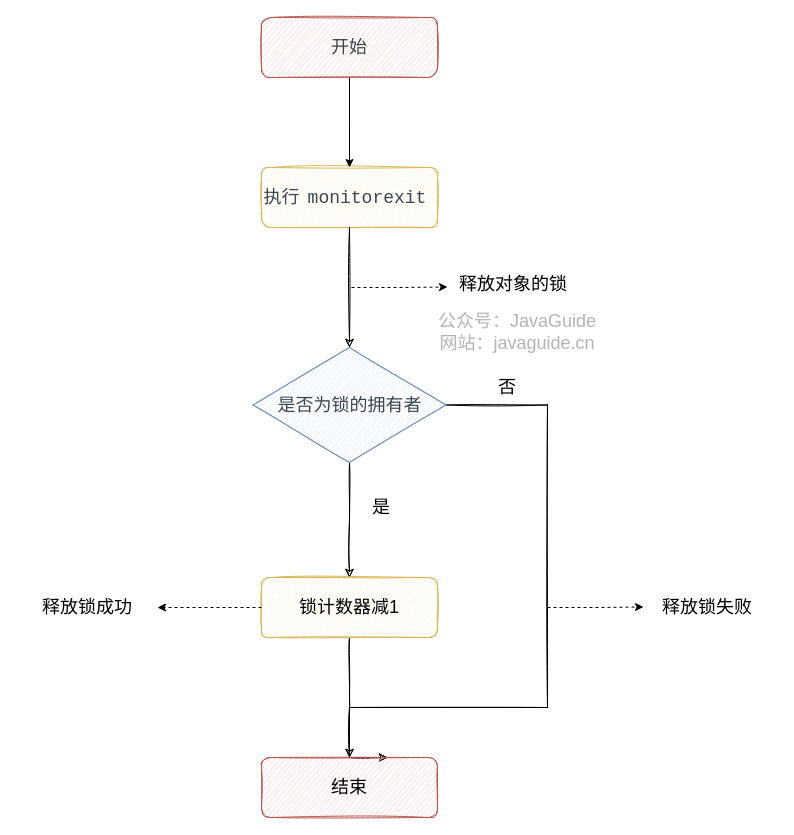
Snailclimb/JavaGuide keeps this draw.io diagram as docs/java/concurrent/images/interview-questions/synchronized-release-lock-block.drawio. Above is the earlier version. Source tidied: cells renumbered, new cells numbered last; positions are measured from the earlier drawing's top-left corner, leaving out a move shared by most shapes. Both pictures are drawn from the tidied source at 100%, with x=0, y=0 at pixel (17, 17).
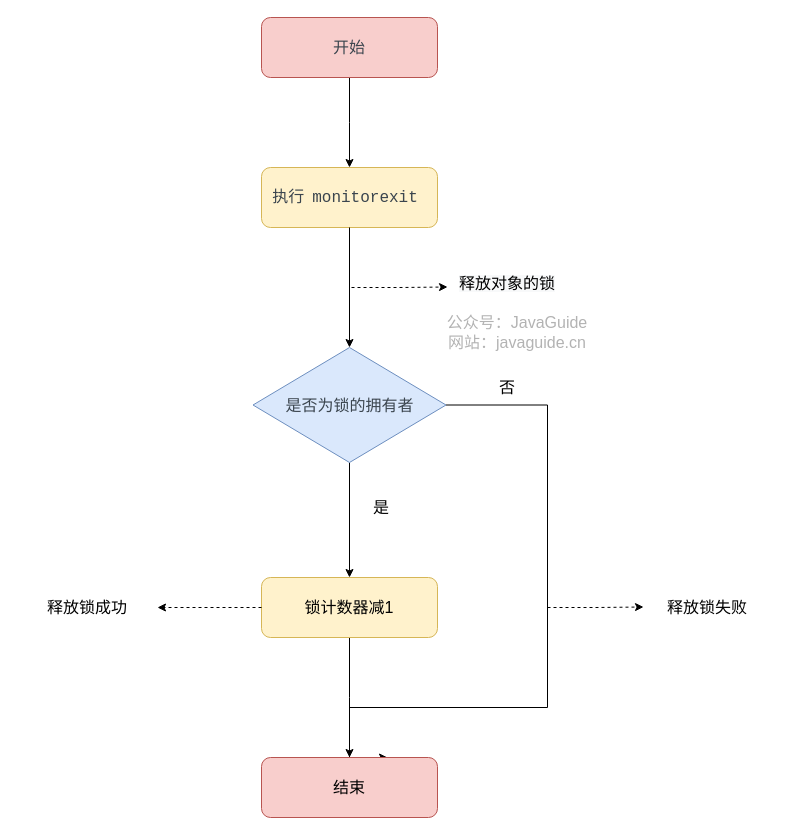
After the change.

Diff of the diagram source:
```diff
@@
-    <mxCell id="2" value="&lt;span class=&quot;md-plain md-expand&quot; style=&quot;box-sizing: border-box; color: rgb(59, 69, 78); font-family: roboto, sans-serif; font-size: 18px;&quot;&gt;执行&lt;/span&gt;&lt;span spellcheck=&quot;false&quot; class=&quot;md-pair-s md-expand&quot; style=&quot;box-sizing: border-box; color: rgb(59, 69, 78); font-family: roboto, sans-serif; font-size: 18px;&quot;&gt;&lt;code style=&quot;box-sizing: border-box; padding: 0.25rem 0.5rem; font-size: 18px; border-radius: 0.2rem;&quot;&gt;monitorexit&lt;/code&gt;&lt;/span&gt;" style="rounded=1;whiteSpace=wrap;html=1;shadow=0;sketch=1;fillColor=#fff2cc;strokeColor=#d6b656;fontSize=18;" parent="1" vertex="1">
+    <mxCell id="2" value="&lt;span class=&quot;md-plain md-expand&quot; style=&quot;box-sizing: border-box; color: rgb(59, 69, 78); font-family: roboto, sans-serif; font-size: 16px;&quot;&gt;执行&lt;/span&gt;&lt;span spellcheck=&quot;false&quot; class=&quot;md-pair-s md-expand&quot; style=&quot;box-sizing: border-box; color: rgb(59, 69, 78); font-family: roboto, sans-serif; font-size: 16px;&quot;&gt;&lt;code style=&quot;box-sizing: border-box; padding: 0.25rem 0.5rem; font-size: 16px; border-radius: 0.2rem;&quot;&gt;monitorexit&lt;/code&gt;&lt;/span&gt;" style="rounded=1;whiteSpace=wrap;html=1;shadow=0;sketch=0;fillColor=#fff2cc;strokeColor=#d6b656;fontSize=16;" parent="1" vertex="1">
       <mxGeometry x="244" y="150" width="176" height="60" as="geometry" />
     </mxCell>
-    <mxCell id="3" style="edgeStyle=orthogonalEdgeStyle;rounded=0;jettySize=auto;html=1;shadow=0;sketch=1;fontSize=18;" parent="1" edge="1" source="5">
+    <mxCell id="3" style="edgeStyle=orthogonalEdgeStyle;rounded=0;jettySize=auto;html=1;shadow=0;sketch=0;fontSize=16;" parent="1" edge="1" source="5">
       <mxGeometry relative="1" as="geometry">
         <mxPoint x="332" y="560" as="targetPoint" />
       </mxGeometry>
     </mxCell>
-    <mxCell id="4" style="edgeStyle=orthogonalEdgeStyle;rounded=0;jettySize=auto;html=1;entryX=0.716;entryY=0;entryDx=0;entryDy=0;fontSize=18;shadow=0;sketch=1;entryPerimeter=0;" parent="1" edge="1" source="5" target="10">
+    <mxCell id="4" style="edgeStyle=orthogonalEdgeStyle;rounded=0;jettySize=auto;html=1;entryX=0.716;entryY=0;entryDx=0;entryDy=0;fontSize=16;shadow=0;sketch=0;entryPerimeter=0;" parent="1" edge="1" source="5" target="10">
       <mxGeometry relative="1" as="geometry">
         <Array as="points">
           <mxPoint x="530" y="388" />
           <mxPoint x="530" y="690" />
           <mxPoint x="332" y="690" />
           <mxPoint x="332" y="740" />
         </Array>
       </mxGeometry>
     </mxCell>
-    <mxCell id="5" value="&lt;span style=&quot;color: rgb(59, 69, 78); font-family: roboto, sans-serif; font-size: 18px;&quot;&gt;是否为锁的拥有者&lt;/span&gt;" style="rhombus;whiteSpace=wrap;html=1;fontSize=18;shadow=0;sketch=1;fillColor=#dae8fc;strokeColor=#6c8ebf;" parent="1" vertex="1">
+    <mxCell id="5" value="&lt;span style=&quot;color: rgb(59, 69, 78); font-family: roboto, sans-serif; font-size: 16px;&quot;&gt;是否为锁的拥有者&lt;/span&gt;" style="rhombus;whiteSpace=wrap;html=1;fontSize=16;shadow=0;sketch=0;fillColor=#dae8fc;strokeColor=#6c8ebf;" parent="1" vertex="1">
       <mxGeometry x="235.5" y="330" width="193" height="115" as="geometry" />
     </mxCell>
-    <mxCell id="6" value="是" style="text;html=1;strokeColor=none;fillColor=none;align=center;verticalAlign=middle;whiteSpace=wrap;rounded=0;fontSize=18;shadow=0;sketch=1;" parent="1" vertex="1">
+    <mxCell id="6" value="是" style="text;html=1;strokeColor=none;fillColor=none;align=center;verticalAlign=middle;whiteSpace=wrap;rounded=0;fontSize=16;shadow=0;sketch=0;" parent="1" vertex="1">
       <mxGeometry x="344" y="480" width="40" height="20" as="geometry" />
     </mxCell>
-    <mxCell id="7" value="否" style="text;html=1;strokeColor=none;fillColor=none;align=center;verticalAlign=middle;whiteSpace=wrap;rounded=0;fontSize=18;shadow=0;sketch=1;" parent="1" vertex="1">
+    <mxCell id="7" value="否" style="text;html=1;strokeColor=none;fillColor=none;align=center;verticalAlign=middle;whiteSpace=wrap;rounded=0;fontSize=16;shadow=0;sketch=0;" parent="1" vertex="1">
       <mxGeometry x="470" y="360" width="40" height="20" as="geometry" />
     </mxCell>
-    <mxCell id="8" style="edgeStyle=orthogonalEdgeStyle;rounded=0;jettySize=auto;html=1;fontSize=18;shadow=0;sketch=1;" parent="1" edge="1" source="9">
+    <mxCell id="8" style="edgeStyle=orthogonalEdgeStyle;rounded=0;jettySize=auto;html=1;fontSize=16;shadow=0;sketch=0;" parent="1" edge="1" source="9">
       <mxGeometry relative="1" as="geometry">
         <mxPoint x="332" y="740" as="targetPoint" />
       </mxGeometry>
     </mxCell>
-    <mxCell id="9" value="锁计数器减1" style="rounded=1;whiteSpace=wrap;html=1;fontSize=18;shadow=0;sketch=1;fillColor=#fff2cc;strokeColor=#d6b656;" parent="1" vertex="1">
+    <mxCell id="9" value="锁计数器减1" style="rounded=1;whiteSpace=wrap;html=1;fontSize=16;shadow=0;sketch=0;fillColor=#fff2cc;strokeColor=#d6b656;" parent="1" vertex="1">
       <mxGeometry x="244" y="560" width="176" height="60" as="geometry" />
     </mxCell>
-    <mxCell id="10" value="结束" style="rounded=1;whiteSpace=wrap;html=1;fontSize=18;shadow=0;sketch=1;fillColor=#f8cecc;strokeColor=#b85450;" parent="1" vertex="1">
+    <mxCell id="10" value="结束" style="rounded=1;whiteSpace=wrap;html=1;fontSize=16;shadow=0;sketch=0;fillColor=#f8cecc;strokeColor=#b85450;" parent="1" vertex="1">
       <mxGeometry x="244" y="740" width="176" height="60" as="geometry" />
     </mxCell>
-    <mxCell id="11" style="edgeStyle=orthogonalEdgeStyle;rounded=0;orthogonalLoop=1;jettySize=auto;html=1;shadow=0;sketch=1;fontSize=18;" parent="1" edge="1">
+    <mxCell id="11" style="edgeStyle=orthogonalEdgeStyle;rounded=0;orthogonalLoop=1;jettySize=auto;html=1;shadow=0;sketch=0;fontSize=16;" parent="1" edge="1">
       <mxGeometry relative="1" as="geometry">
         <mxPoint x="332" y="210" as="sourcePoint" />
         <mxPoint x="332" y="330" as="targetPoint" />
       </mxGeometry>
     </mxCell>
-    <mxCell id="12" style="edgeStyle=orthogonalEdgeStyle;rounded=0;jettySize=auto;html=1;fontSize=18;" parent="1" edge="1" source="13">
+    <mxCell id="12" style="edgeStyle=orthogonalEdgeStyle;rounded=0;jettySize=auto;html=1;fontSize=16;sketch=0;" parent="1" edge="1" source="13">
       <mxGeometry relative="1" as="geometry">
         <mxPoint x="332" y="150" as="targetPoint" />
       </mxGeometry>
     </mxCell>
-    <mxCell id="13" value="&lt;font color=&quot;#3b454e&quot; face=&quot;roboto, sans-serif&quot; style=&quot;font-size: 18px;&quot;&gt;&lt;span style=&quot;font-size: 18px;&quot;&gt;开始&lt;/span&gt;&lt;/font&gt;" style="rounded=1;whiteSpace=wrap;html=1;shadow=0;sketch=1;fillColor=#f8cecc;strokeColor=#b85450;fontSize=18;" parent="1" vertex="1">
+    <mxCell id="13" value="&lt;font color=&quot;#3b454e&quot; face=&quot;roboto, sans-serif&quot; style=&quot;font-size: 16px;&quot;&gt;&lt;span style=&quot;font-size: 16px;&quot;&gt;开始&lt;/span&gt;&lt;/font&gt;" style="rounded=1;whiteSpace=wrap;html=1;shadow=0;sketch=0;fillColor=#f8cecc;strokeColor=#b85450;fontSize=16;" parent="1" vertex="1">
       <mxGeometry x="244" width="176" height="60" as="geometry" />
     </mxCell>
-    <mxCell id="14" value="&lt;span style=&quot;color: rgb(0, 0, 0); font-family: helvetica; font-size: 18px; font-style: normal; font-weight: 400; letter-spacing: normal; text-align: center; text-indent: 0px; text-transform: none; word-spacing: 0px; background-color: rgb(248, 249, 250); display: inline; float: none;&quot;&gt;释放对象的锁&lt;/span&gt;" style="text;whiteSpace=wrap;html=1;fontSize=18;" parent="1" vertex="1">
+    <mxCell id="14" value="&lt;span style=&quot;color: rgb(0, 0, 0); font-family: helvetica; font-size: 16px; font-style: normal; font-weight: 400; letter-spacing: normal; text-align: center; text-indent: 0px; text-transform: none; word-spacing: 0px; background-color: rgb(248, 249, 250); display: inline; float: none;&quot;&gt;释放对象的锁&lt;/span&gt;" style="text;whiteSpace=wrap;html=1;fontSize=16;sketch=0;" parent="1" vertex="1">
       <mxGeometry x="440" y="250" width="150" height="40" as="geometry" />
     </mxCell>
-    <mxCell id="15" style="edgeStyle=orthogonalEdgeStyle;rounded=0;orthogonalLoop=1;jettySize=auto;html=1;fontSize=18;dashed=1;" parent="1" edge="1">
+    <mxCell id="15" style="edgeStyle=orthogonalEdgeStyle;rounded=0;orthogonalLoop=1;jettySize=auto;html=1;fontSize=16;dashed=1;sketch=0;" parent="1" edge="1">
       <mxGeometry relative="1" as="geometry">
         <mxPoint x="334" y="270" as="sourcePoint" />
         <mxPoint x="430" y="269.5" as="targetPoint" />
         <Array as="points">
           <mxPoint x="382" y="270" />
         </Array>
       </mxGeometry>
     </mxCell>
-    <mxCell id="16" style="edgeStyle=orthogonalEdgeStyle;rounded=0;orthogonalLoop=1;jettySize=auto;html=1;fontSize=18;dashed=1;" parent="1" edge="1">
+    <mxCell id="16" style="edgeStyle=orthogonalEdgeStyle;rounded=0;orthogonalLoop=1;jettySize=auto;html=1;fontSize=16;dashed=1;sketch=0;" parent="1" edge="1">
       <mxGeometry relative="1" as="geometry">
         <mxPoint x="244" y="590" as="sourcePoint" />
         <mxPoint x="140" y="590" as="targetPoint" />
       </mxGeometry>
     </mxCell>
-    <mxCell id="17" value="释放锁成功" style="text;html=1;strokeColor=none;fillColor=none;align=center;verticalAlign=middle;whiteSpace=wrap;rounded=0;fontSize=18;" parent="1" vertex="1">
+    <mxCell id="17" value="释放锁成功" style="text;html=1;strokeColor=none;fillColor=none;align=center;verticalAlign=middle;whiteSpace=wrap;rounded=0;fontSize=16;sketch=0;" parent="1" vertex="1">
       <mxGeometry y="580" width="140" height="20" as="geometry" />
     </mxCell>
-    <mxCell id="18" style="edgeStyle=orthogonalEdgeStyle;rounded=0;orthogonalLoop=1;jettySize=auto;html=1;fontSize=18;dashed=1;" parent="1" edge="1">
+    <mxCell id="18" style="edgeStyle=orthogonalEdgeStyle;rounded=0;orthogonalLoop=1;jettySize=auto;html=1;fontSize=16;dashed=1;sketch=0;" parent="1" edge="1">
       <mxGeometry relative="1" as="geometry">
         <mxPoint x="530" y="590" as="sourcePoint" />
         <mxPoint x="626" y="589.5" as="targetPoint" />
         <Array as="points">
           <mxPoint x="578" y="590" />
         </Array>
       </mxGeometry>
     </mxCell>
-    <mxCell id="19" value="释放锁失败" style="text;html=1;strokeColor=none;fillColor=none;align=center;verticalAlign=middle;whiteSpace=wrap;rounded=0;fontSize=18;" parent="1" vertex="1">
+    <mxCell id="19" value="释放锁失败" style="text;html=1;strokeColor=none;fillColor=none;align=center;verticalAlign=middle;whiteSpace=wrap;rounded=0;fontSize=16;sketch=0;" parent="1" vertex="1">
       <mxGeometry x="620" y="580" width="140" height="20" as="geometry" />
     </mxCell>
-    <mxCell id="20" value="公众号：JavaGuide&lt;br style=&quot;font-size: 18px;&quot;&gt;网站：javaguide.cn" style="text;html=1;strokeColor=none;fillColor=none;align=center;verticalAlign=middle;whiteSpace=wrap;rounded=0;labelBackgroundColor=none;fontSize=18;fontColor=#B3B3B3;rotation=0;sketch=1;shadow=0;" parent="1" vertex="1">
+    <mxCell id="20" value="公众号：JavaGuide&lt;br style=&quot;font-size: 16px;&quot;&gt;网站：javaguide.cn" style="text;html=1;strokeColor=none;fillColor=none;align=center;verticalAlign=middle;whiteSpace=wrap;rounded=0;labelBackgroundColor=none;fontSize=16;fontColor=#B3B3B3;rotation=0;sketch=0;shadow=0;" parent="1" vertex="1">
       <mxGeometry x="410" y="310" width="180" height="10" as="geometry" />
     </mxCell>
```
